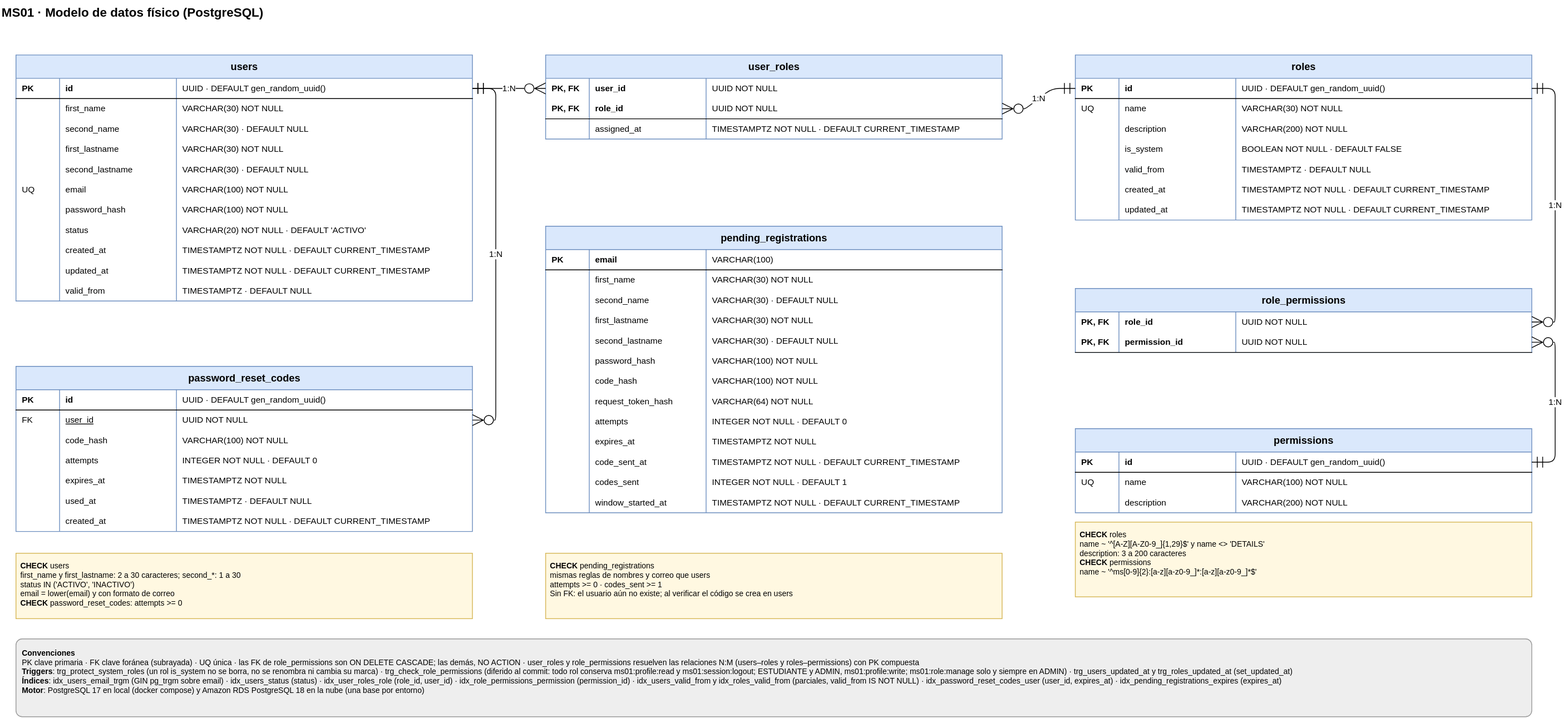
This is ms01-identity-and-access/diagrams/ms01-er-physical.drawio.svg from CampusSeguro-DOSW-2026-2/documentation, a draw.io export, as it was before one commit. Source tidied: cells renumbered, new cells last; positions are measured from the earlier drawing's top-left corner, leaving out a move shared by most shapes.
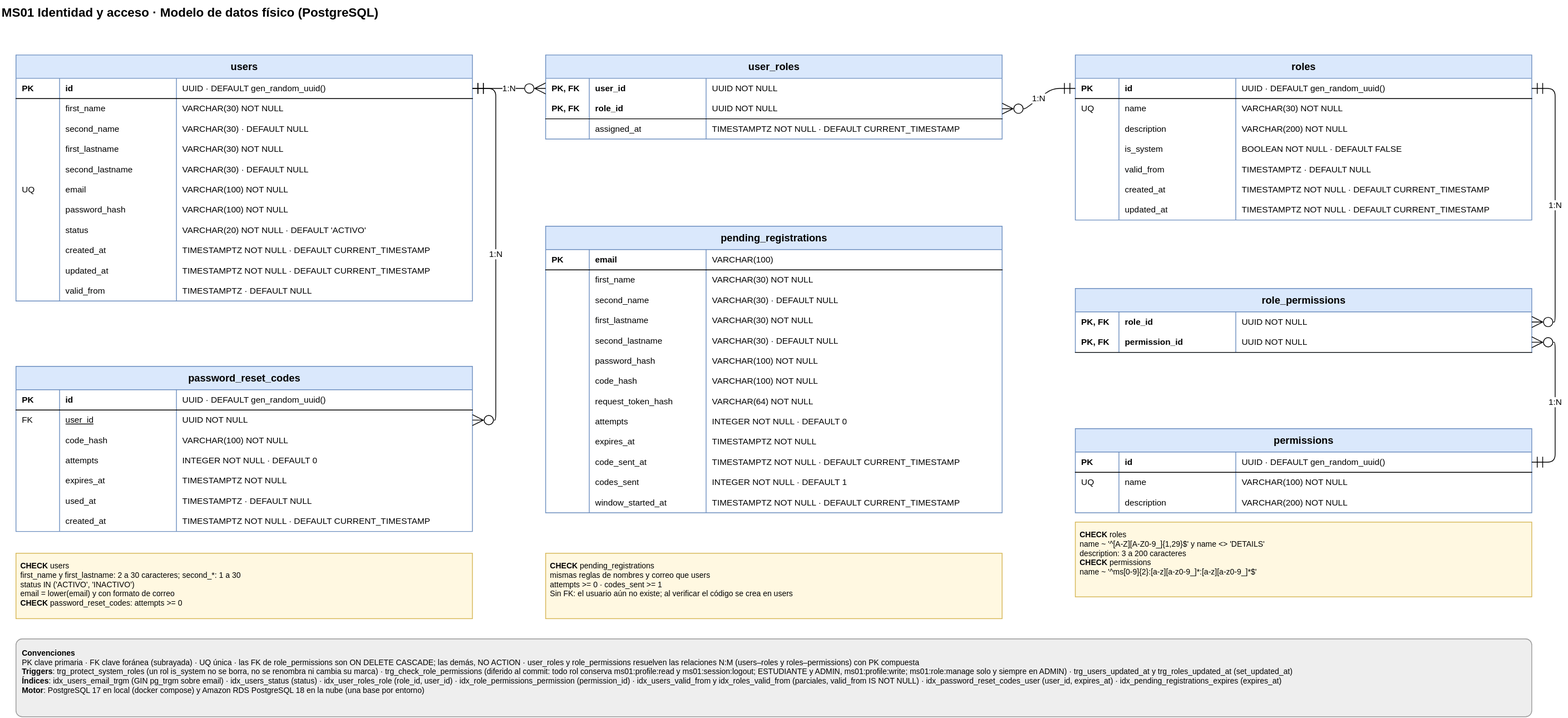
After the change.

The edit, as a diff of the source:
```diff
@@ -2,7 +2,7 @@
   <root>
     <mxCell id="0" />
     <mxCell id="1" parent="0" />
-    <mxCell id="2" value="MS01 · Modelo de datos físico (PostgreSQL)" style="text;html=1;fontSize=16;fontStyle=1;align=left;verticalAlign=middle;" parent="1" vertex="1">
+    <mxCell id="2" value="MS01 Identidad y acceso · Modelo de datos físico (PostgreSQL)" style="text;html=1;fontSize=16;fontStyle=1;align=left;verticalAlign=middle;" parent="1" vertex="1">
       <mxGeometry width="900" height="30" as="geometry" />
     </mxCell>
     <mxCell id="3" value="users" style="shape=table;startSize=30;rowLines=0;fontStyle=1;align=center;html=1;fillColor=#DAE8FC;strokeColor=#6C8EBF;fontSize=13;" parent="1" vertex="1">
```
